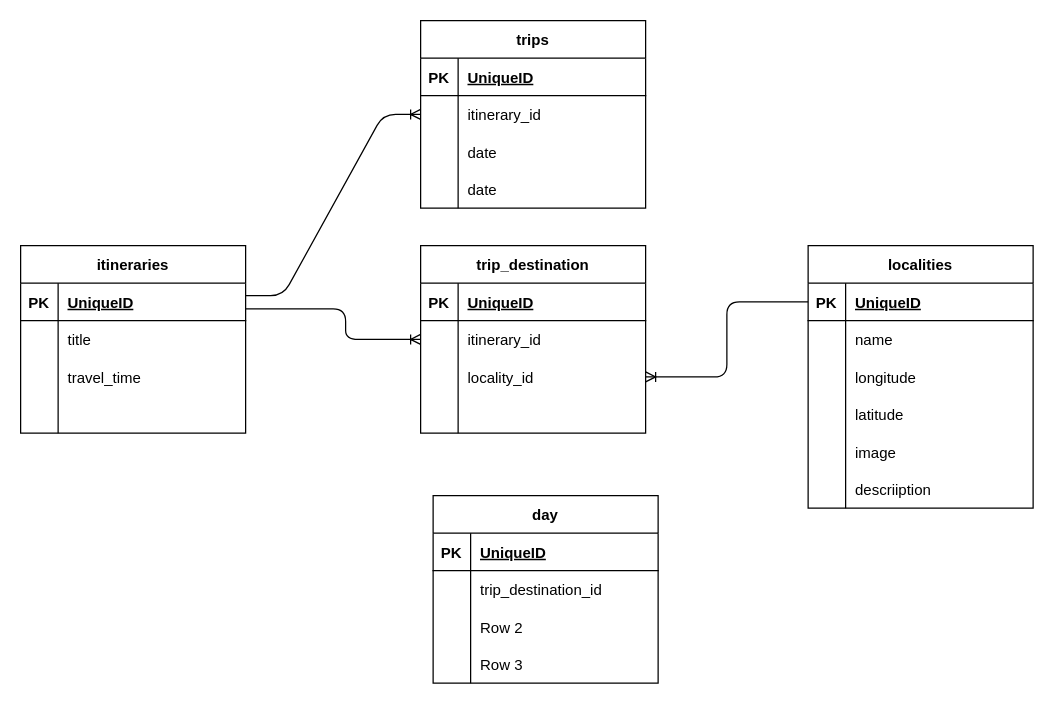
Earlier version of the draw.io diagram trip.drawio (Federicaye/travel-app). Source tidied: cells renumbered, new cells numbered last; positions are measured from the earlier drawing's top-left corner, leaving out a move shared by most shapes. Both pictures are drawn from the tidied source at 125%, with x=0, y=0 at pixel (20, 20).
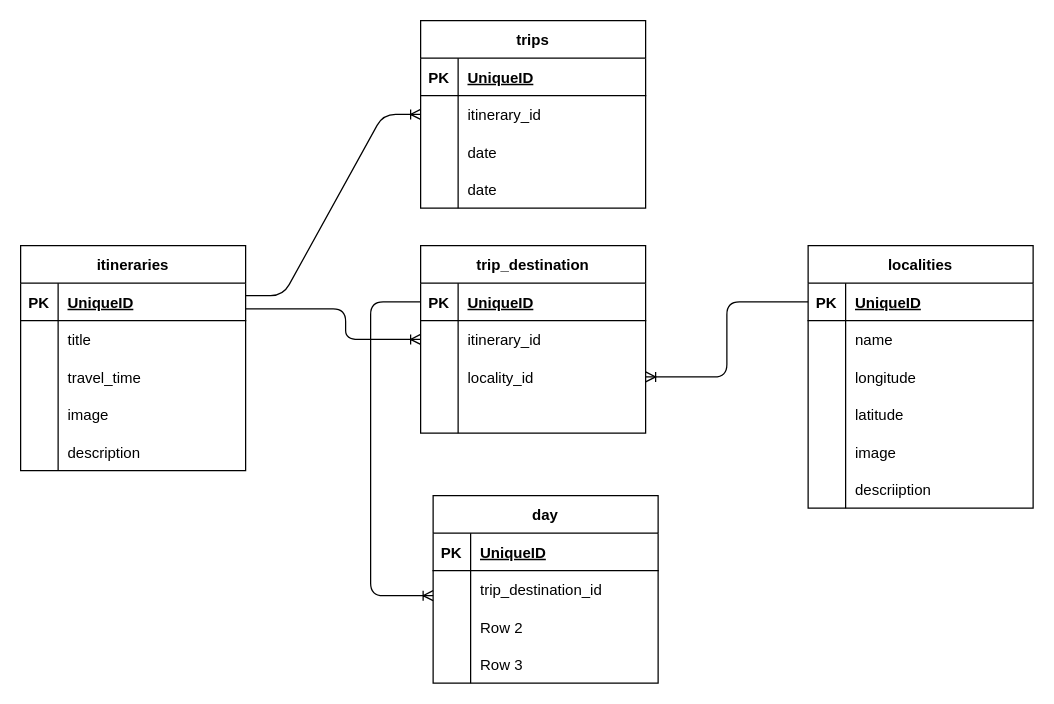
After the change.

The change refers to these unchanged cells:
```xml
<mxCell id="12" style="shape=tableRow;horizontal=0;startSize=0;swimlaneHead=0;swimlaneBody=0;fillColor=none;top=0;left=0;right=0;bottom=0;" parent="2" vertex="1">
  <mxGeometry y="120" width="180" height="30" as="geometry" />
</mxCell>
<mxCell id="35" style="shape=tableRow;horizontal=0;startSize=0;swimlaneHead=0;swimlaneBody=0;fillColor=none;points=[[0,0.5],[1,0.5]];portConstraint=eastwest;top=0;left=0;right=0;bottom=1;" parent="34" vertex="1">
  <mxGeometry y="30" width="180" height="30" as="geometry" />
</mxCell>
<mxCell id="67" style="shape=tableRow;horizontal=0;startSize=0;swimlaneHead=0;swimlaneBody=0;fillColor=none;points=[[0,0.5],[1,0.5]];portConstraint=eastwest;top=0;left=0;right=0;bottom=0;" parent="63" vertex="1">
  <mxGeometry y="60" width="180" height="30" as="geometry" />
</mxCell>
```

Diff of the diagram source:
```diff
@@
     <mxCell id="2" value="itineraries" style="shape=table;startSize=30;childLayout=tableLayout;rowLines=0;fontStyle=1;align=center;" parent="1" vertex="1">
-      <mxGeometry y="180" width="180" height="150" as="geometry" />
+      <mxGeometry y="180" width="180" height="180" as="geometry" />
     </mxCell>
@@
-    <mxCell id="14" style="shape=partialRectangle;fillColor=none;top=0;left=0;bottom=0;right=0;align=left;spacingLeft=6;overflow=hidden;" parent="12" vertex="1">
+    <mxCell id="14" value="image" style="shape=partialRectangle;fillColor=none;top=0;left=0;bottom=0;right=0;align=left;spacingLeft=6;overflow=hidden;" parent="12" vertex="1">
       <mxGeometry x="30" width="150" height="30" as="geometry" />
     </mxCell>
+    <mxCell id="76" style="shape=tableRow;horizontal=0;startSize=0;swimlaneHead=0;swimlaneBody=0;fillColor=none;top=0;left=0;right=0;bottom=0;" parent="2" vertex="1">
+      <mxGeometry y="150" width="180" height="30" as="geometry" />
+    </mxCell>
+    <mxCell id="77" style="shape=partialRectangle;fillColor=none;top=0;left=0;bottom=0;right=0;overflow=hidden;" parent="76" vertex="1">
+      <mxGeometry width="30" height="30" as="geometry" />
+    </mxCell>
+    <mxCell id="78" value="description" style="shape=partialRectangle;fillColor=none;top=0;left=0;bottom=0;right=0;align=left;spacingLeft=6;overflow=hidden;" parent="76" vertex="1">
+      <mxGeometry x="30" width="150" height="30" as="geometry" />
+    </mxCell>
@@
+    <mxCell id="79" style="edgeStyle=orthogonalEdgeStyle;fontSize=12;html=1;endArrow=ERoneToMany;entryX=0;entryY=0.667;entryDx=0;entryDy=0;exitX=0;exitY=0.5;exitDx=0;exitDy=0;entryPerimeter=0;" parent="1" edge="1" source="35" target="67">
+      <mxGeometry relative="1" as="geometry">
+        <Array as="points">
+          <mxPoint x="280" y="225" />
+          <mxPoint x="280" y="460" />
+        </Array>
+      </mxGeometry>
+    </mxCell>
```
